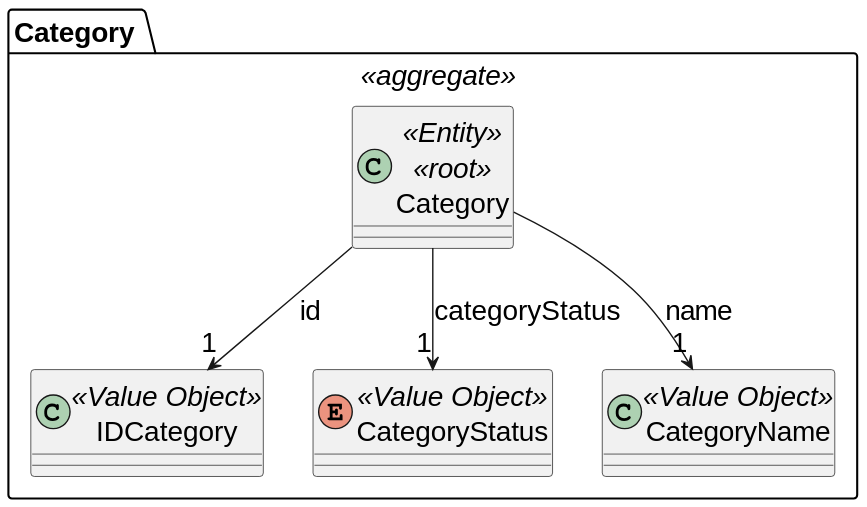
Above: docs/SPRINT_2/US246/images/domain-model-246.svg in diogoveirospro/sem4pi-2024-2025-sem4pi_2024_2025_g44 (PlantUML), before the change.
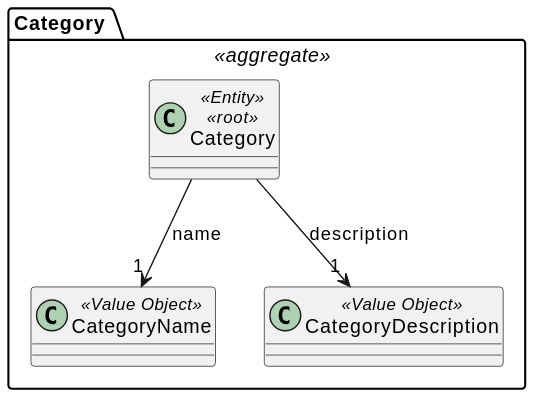
After the change.

Commit message:
#62 Corrected the domain model and class diagram of us 245

What changed in the source:
```diff
@@ -1,21 +1,15 @@
 @startuml
-skinparamlocked defaultFontSize 20
-
 package "Category " <<aggregate>>{
 
     class Category <<Entity>> <<root>>{
     }
 
-    class IDCategory <<Value Object>>{
-    }
-
-    enum CategoryStatus <<Value Object>>{
-    }
-
     class CategoryName <<Value Object>>{
     }
 
-    Category --> "1" IDCategory: id
-    Category --> "1" CategoryStatus: categoryStatus
+    class CategoryDescription <<Value Object>>{
+    }
+
     Category --> "1" CategoryName: name
+    Category --> "1" CategoryDescription: description
 @enduml
```
